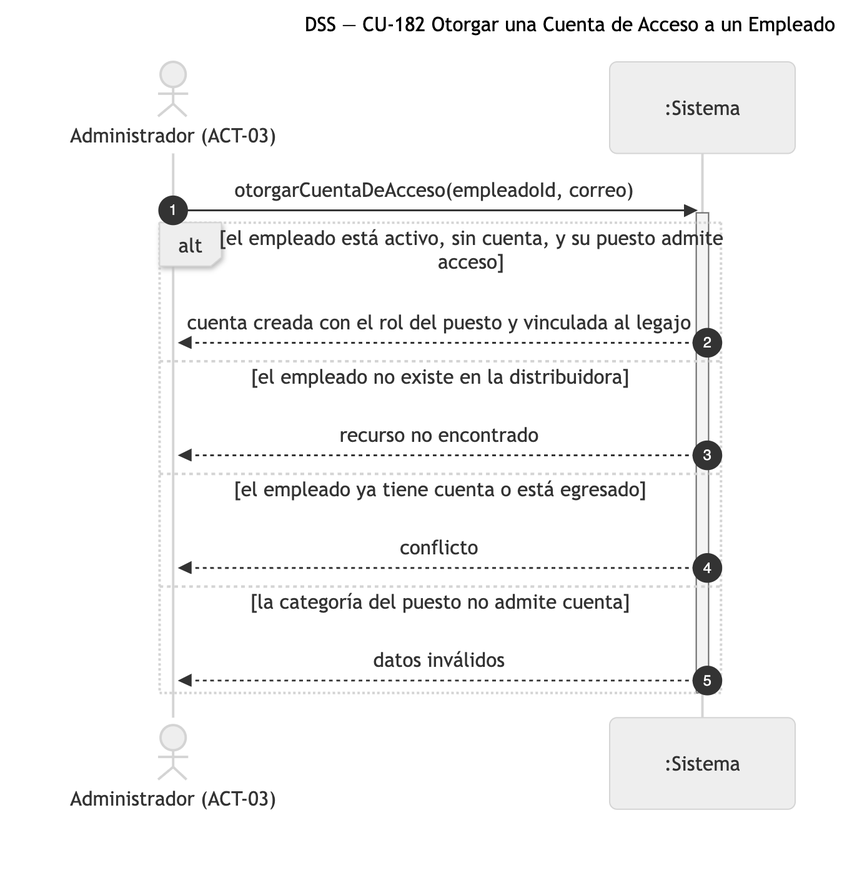
Above: diagramas/png/DSS_CU-182_Otorgar-una-Cuenta-de-Acceso-a-un-Empleado.png in Nahuelito-Dev/splg-docs (Mermaid), before the change. Its source is kept beside it as diagramas/DSS_CU-182_Otorgar-una-Cuenta-de-Acceso-a-un-Empleado.mmd.
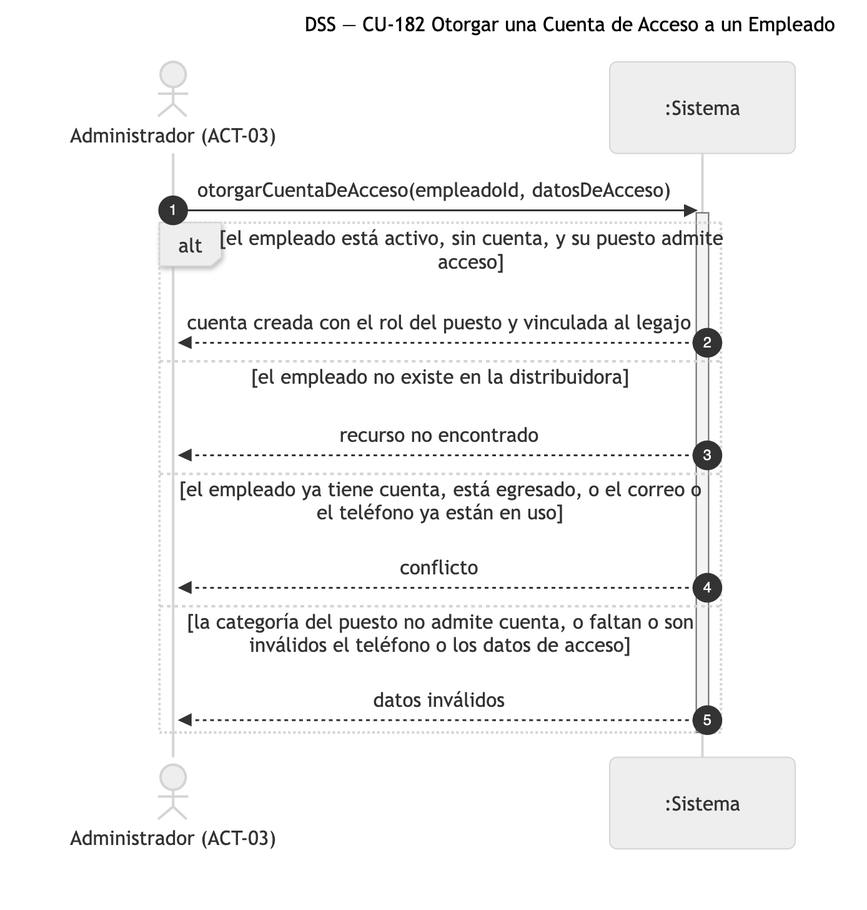
Later version of the same file.

Change to the diagram source:
```diff
@@ -4,15 +4,15 @@
     actor ADM as Administrador (ACT-03)
     participant SIS as :Sistema
 
-    ADM->>SIS: otorgarCuentaDeAcceso(empleadoId, correo)
+    ADM->>SIS: otorgarCuentaDeAcceso(empleadoId, datosDeAcceso)
     activate SIS
     alt el empleado está activo, sin cuenta, y su puesto admite acceso
         SIS-->>ADM: cuenta creada con el rol del puesto y vinculada al legajo
     else el empleado no existe en la distribuidora
         SIS-->>ADM: recurso no encontrado
-    else el empleado ya tiene cuenta o está egresado
+    else el empleado ya tiene cuenta, está egresado, o el correo o el teléfono ya están en uso
         SIS-->>ADM: conflicto
-    else la categoría del puesto no admite cuenta
+    else la categoría del puesto no admite cuenta, o faltan o son inválidos el teléfono o los datos de acceso
         SIS-->>ADM: datos inválidos
     end
     deactivate SIS
```
